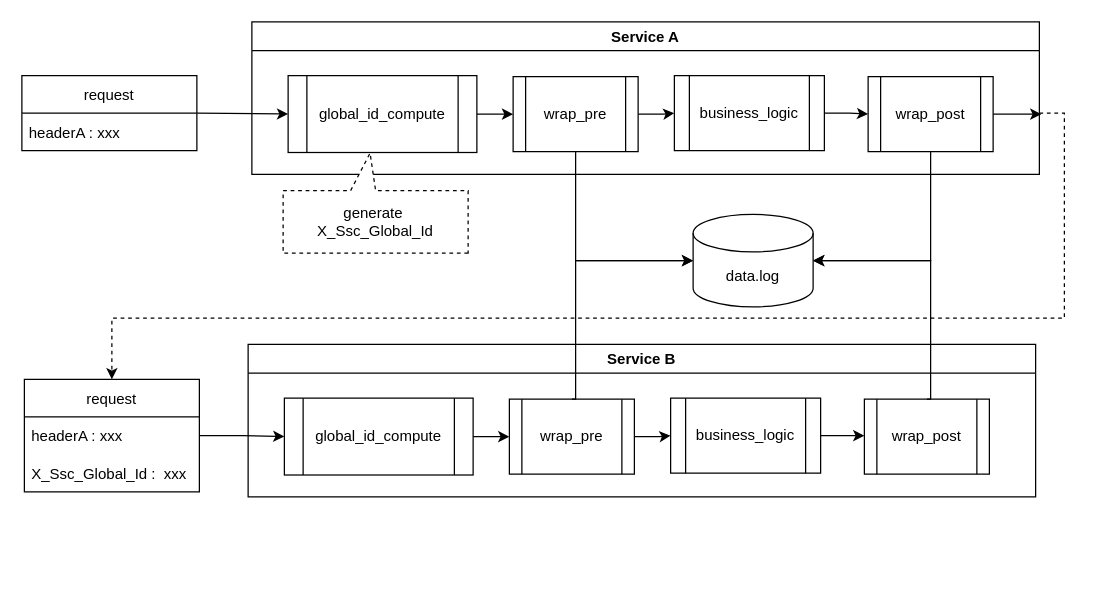
Earlier version of the draw.io diagram ssc_global_id.drawio (yindongjun/drawio-2). Source tidied: cells renumbered, new cells numbered last; positions are measured from the earlier drawing's top-left corner, leaving out a move shared by most shapes. Both pictures are drawn from the tidied source at 125%, with x=0, y=0 at pixel (21, 21).
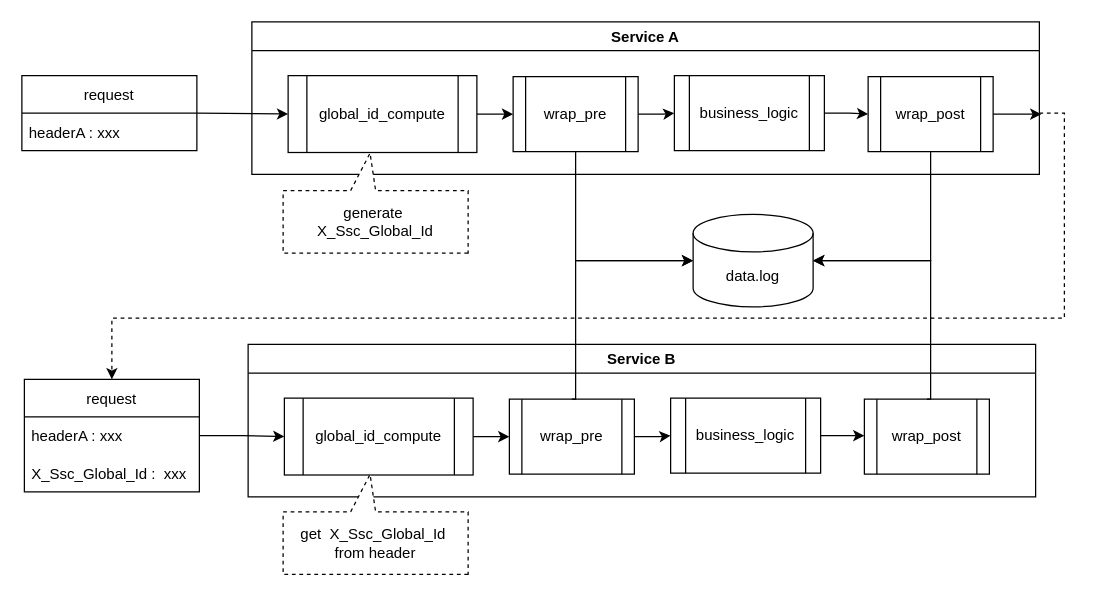
The same diagram, later.

Change to the diagram source:
```diff
@@
+    <mxCell id="33" value="get&amp;nbsp; X_Ssc_Global_Id&amp;nbsp;&lt;br&gt;from header" style="shape=callout;whiteSpace=wrap;html=1;perimeter=calloutPerimeter;position2=0.53;direction=west;dashed=1;" parent="1" vertex="1">
+      <mxGeometry x="209" y="362" width="148" height="80" as="geometry" />
+    </mxCell>
```
